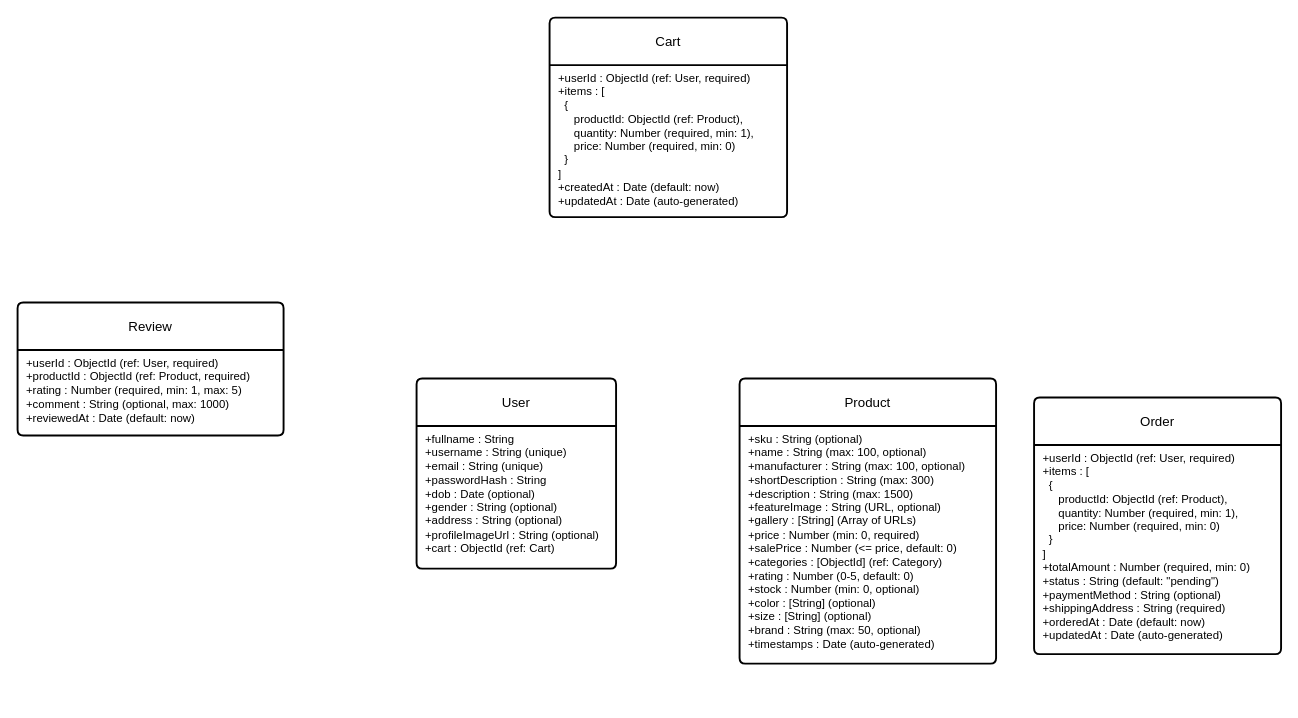
Above: Data Design.drawio in MuhammadHaris00/Diagrams (draw.io), before the change. Source tidied: cells renumbered, new cells numbered last; positions are measured from the earlier drawing's top-left corner, leaving out a move shared by most shapes. Both pictures are drawn from the tidied source at 95%, with x=0, y=0 at pixel (17, 17).
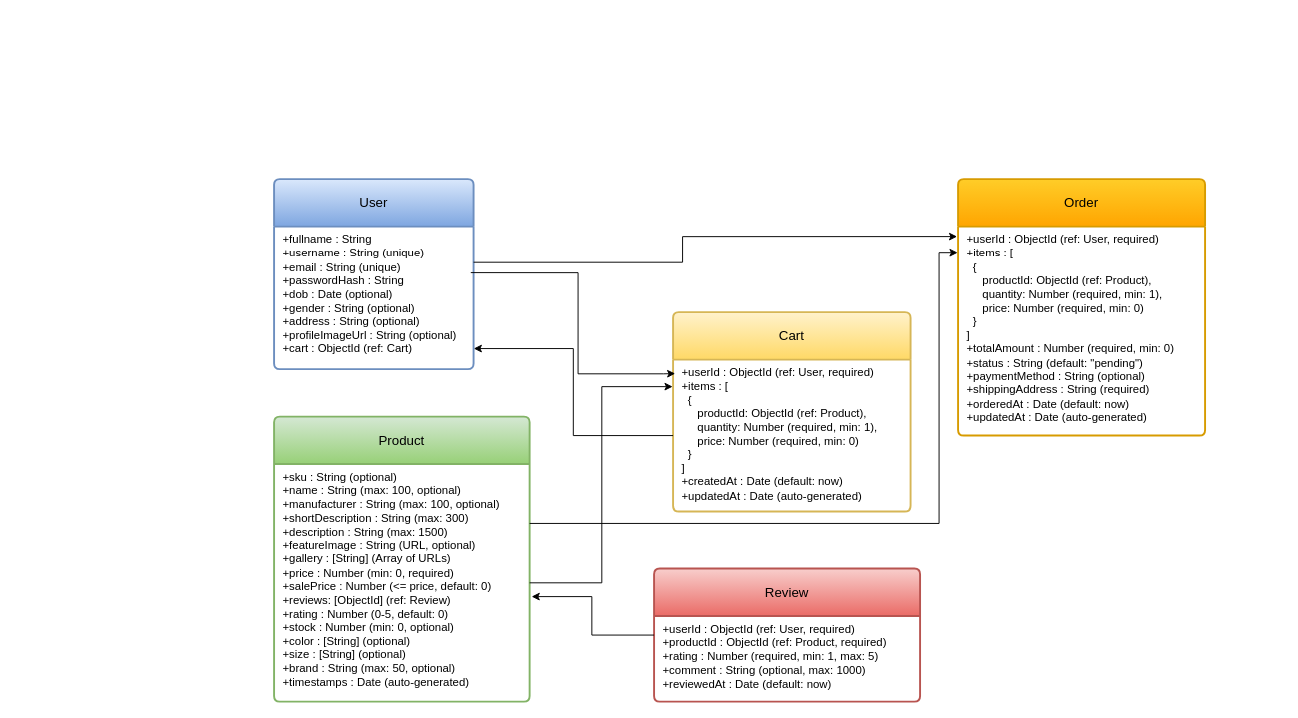
The same page after the edit.

Unchanged cells that the change refers to:
```xml
<mxCell id="3" value="&lt;div&gt;&amp;nbsp;+fullname : String&amp;nbsp; &amp;nbsp; &amp;nbsp; &amp;nbsp; &amp;nbsp; &amp;nbsp;&amp;nbsp;&lt;/div&gt;&lt;div&gt;&amp;nbsp;+username : String (unique)&amp;nbsp; &amp;nbsp;&lt;/div&gt;&lt;div&gt;&amp;nbsp;+email : String (unique)&amp;nbsp; &amp;nbsp; &amp;nbsp;&amp;nbsp;&lt;/div&gt;&lt;div&gt;&amp;nbsp;+passwordHash : String&amp;nbsp; &amp;nbsp; &amp;nbsp; &amp;nbsp;&amp;nbsp;&lt;/div&gt;&lt;div&gt;&amp;nbsp;+dob : Date (optional)&amp;nbsp; &amp;nbsp; &amp;nbsp; &amp;nbsp;&amp;nbsp;&lt;/div&gt;&lt;div&gt;&amp;nbsp;+gender : String (optional)&amp;nbsp; &amp;nbsp;&lt;/div&gt;&lt;div&gt;&amp;nbsp;+address : String (optional)&amp;nbsp;&amp;nbsp;&lt;/div&gt;&lt;div&gt;&amp;nbsp;+profileImageUrl : String (optional)&amp;nbsp;&lt;/div&gt;&lt;div&gt;&amp;nbsp;+cart : ObjectId (ref: Cart)&amp;nbsp;&lt;/div&gt;" style="align=left;strokeColor=none;fillColor=none;spacingLeft=4;spacingRight=4;fontSize=12;verticalAlign=top;html=1;whiteSpace=wrap;" parent="2" vertex="1">
  <mxGeometry y="50" width="210" height="150" as="geometry" />
</mxCell>
<mxCell id="11" value="&lt;div&gt;&amp;nbsp;+userId : ObjectId (ref: User, required)&amp;nbsp; &amp;nbsp; &amp;nbsp; &amp;nbsp; &amp;nbsp;&lt;/div&gt;&lt;div&gt;&amp;nbsp;+items : [&amp;nbsp; &amp;nbsp; &amp;nbsp; &amp;nbsp; &amp;nbsp; &amp;nbsp; &amp;nbsp; &amp;nbsp; &amp;nbsp; &amp;nbsp; &amp;nbsp; &amp;nbsp; &amp;nbsp; &amp;nbsp; &amp;nbsp; &amp;nbsp; &amp;nbsp; &amp;nbsp; &amp;nbsp; &amp;nbsp;&lt;/div&gt;&lt;div&gt;&amp;nbsp; &amp;nbsp;{&amp;nbsp; &amp;nbsp; &amp;nbsp; &amp;nbsp; &amp;nbsp; &amp;nbsp; &amp;nbsp; &amp;nbsp; &amp;nbsp; &amp;nbsp; &amp;nbsp; &amp;nbsp; &amp;nbsp; &amp;nbsp; &amp;nbsp; &amp;nbsp; &amp;nbsp; &amp;nbsp; &amp;nbsp; &amp;nbsp; &amp;nbsp; &amp;nbsp; &amp;nbsp;&lt;/div&gt;&lt;div&gt;&amp;nbsp; &amp;nbsp; &amp;nbsp; productId: ObjectId (ref: Product),&amp;nbsp; &amp;nbsp; &amp;nbsp; &amp;nbsp;&amp;nbsp;&lt;/div&gt;&lt;div&gt;&amp;nbsp; &amp;nbsp; &amp;nbsp; quantity: Number (required, min: 1),&amp;nbsp; &amp;nbsp; &amp;nbsp; &amp;nbsp;&lt;/div&gt;&lt;div&gt;&amp;nbsp; &amp;nbsp; &amp;nbsp; price: Number (required, min: 0)&amp;nbsp; &amp;nbsp; &amp;nbsp; &amp;nbsp; &amp;nbsp; &amp;nbsp;&lt;/div&gt;&lt;div&gt;&amp;nbsp; &amp;nbsp;}&amp;nbsp; &amp;nbsp; &amp;nbsp; &amp;nbsp; &amp;nbsp; &amp;nbsp; &amp;nbsp; &amp;nbsp; &amp;nbsp; &amp;nbsp; &amp;nbsp; &amp;nbsp; &amp;nbsp; &amp;nbsp; &amp;nbsp; &amp;nbsp; &amp;nbsp; &amp;nbsp; &amp;nbsp; &amp;nbsp; &amp;nbsp; &amp;nbsp; &amp;nbsp;&lt;/div&gt;&lt;div&gt;&amp;nbsp;]&amp;nbsp; &amp;nbsp; &amp;nbsp; &amp;nbsp; &amp;nbsp; &amp;nbsp; &amp;nbsp; &amp;nbsp; &amp;nbsp; &amp;nbsp; &amp;nbsp; &amp;nbsp; &amp;nbsp; &amp;nbsp; &amp;nbsp; &amp;nbsp; &amp;nbsp; &amp;nbsp; &amp;nbsp; &amp;nbsp; &amp;nbsp; &amp;nbsp; &amp;nbsp; &amp;nbsp;&lt;/div&gt;&lt;div&gt;&amp;nbsp;+createdAt : Date (default: now)&amp;nbsp; &amp;nbsp; &amp;nbsp; &amp;nbsp; &amp;nbsp; &amp;nbsp; &amp;nbsp; &amp;nbsp;&amp;nbsp;&lt;/div&gt;&lt;div&gt;&amp;nbsp;+updatedAt : Date (auto-generated)&amp;nbsp;&lt;/div&gt;" style="align=left;strokeColor=none;fillColor=none;spacingLeft=4;spacingRight=4;fontSize=12;verticalAlign=top;html=1;whiteSpace=wrap;" parent="10" vertex="1">
  <mxGeometry y="50" width="250" height="160" as="geometry" />
</mxCell>
```

The edit, as a diff of the source:
```diff
@@
-    <mxCell id="2" value="User" style="swimlane;horizontal=1;startSize=50;rounded=1;fontSize=14;fontStyle=0;strokeWidth=2;shadow=0;dashed=0;align=center;arcSize=4;whiteSpace=wrap;html=1;" parent="1" vertex="1">
-      <mxGeometry x="420" y="380" width="210" height="200" as="geometry" />
+    <mxCell id="2" value="User" style="swimlane;horizontal=1;startSize=50;rounded=1;fontSize=14;fontStyle=0;strokeWidth=2;shadow=0;dashed=0;align=center;arcSize=4;whiteSpace=wrap;html=1;fillColor=#dae8fc;gradientColor=#7ea6e0;strokeColor=#6c8ebf;" parent="1" vertex="1">
+      <mxGeometry x="270" y="170" width="210" height="200" as="geometry" />
     </mxCell>
@@
-    <mxCell id="4" value="Product" style="swimlane;horizontal=1;startSize=50;rounded=1;fontSize=14;fontStyle=0;strokeWidth=2;shadow=0;dashed=0;align=center;arcSize=4;whiteSpace=wrap;html=1;" parent="1" vertex="1">
-      <mxGeometry x="760" y="380" width="270" height="300" as="geometry" />
+    <mxCell id="4" value="Product" style="swimlane;horizontal=1;startSize=50;rounded=1;fontSize=14;fontStyle=0;strokeWidth=2;shadow=0;dashed=0;align=center;arcSize=4;whiteSpace=wrap;html=1;fillColor=#d5e8d4;gradientColor=#97d077;strokeColor=#82b366;" parent="1" vertex="1">
+      <mxGeometry x="270" y="420" width="269" height="300" as="geometry" />
     </mxCell>
-    <mxCell id="5" value="&lt;div&gt;&amp;nbsp;+sku : String (optional)&amp;nbsp; &amp;nbsp; &amp;nbsp; &amp;nbsp; &amp;nbsp; &amp;nbsp; &amp;nbsp; &amp;nbsp; &amp;nbsp; &amp;nbsp;&lt;/div&gt;&lt;div&gt;&amp;nbsp;+name : String (max: 100, optional)&amp;nbsp; &amp;nbsp; &amp;nbsp; &amp;nbsp;&amp;nbsp;&lt;/div&gt;&lt;div&gt;&amp;nbsp;+manufacturer : String (max: 100, optional)&lt;/div&gt;&lt;div&gt;&amp;nbsp;+shortDescription : String (max: 300)&amp;nbsp; &amp;nbsp; &amp;nbsp;&amp;nbsp;&lt;/div&gt;&lt;div&gt;&amp;nbsp;+description : String (max: 1500)&amp;nbsp; &amp;nbsp; &amp;nbsp; &amp;nbsp; &amp;nbsp;&amp;nbsp;&lt;/div&gt;&lt;div&gt;&amp;nbsp;+featureImage : String (URL, optional)&amp;nbsp; &amp;nbsp; &amp;nbsp;&lt;/div&gt;&lt;div&gt;&amp;nbsp;+gallery : [String] (Array of URLs)&amp;nbsp; &amp;nbsp; &amp;nbsp; &amp;nbsp;&amp;nbsp;&lt;/div&gt;&lt;div&gt;&amp;nbsp;+price : Number (min: 0, required)&amp;nbsp; &amp;nbsp; &amp;nbsp; &amp;nbsp; &amp;nbsp;&lt;/div&gt;&lt;div&gt;&amp;nbsp;+salePrice : Number (&amp;lt;= price, default: 0)&amp;nbsp;&lt;/div&gt;&lt;div&gt;&amp;nbsp;+categories : [ObjectId] (ref: Category)&amp;nbsp; &amp;nbsp;&lt;/div&gt;&lt;div&gt;&amp;nbsp;+rating : Number (0-5, default: 0)&amp;nbsp; &amp;nbsp; &amp;nbsp; &amp;nbsp; &amp;nbsp;&lt;/div&gt;&lt;div&gt;&amp;nbsp;+stock : Number (min: 0, optional)&amp;nbsp; &amp;nbsp; &amp;nbsp; &amp;nbsp; &amp;nbsp;&lt;/div&gt;&lt;div&gt;&amp;nbsp;+color : [String] (optional)&amp;nbsp; &amp;nbsp; &amp;nbsp; &amp;nbsp; &amp;nbsp; &amp;nbsp; &amp;nbsp; &amp;nbsp;&lt;/div&gt;&lt;div&gt;&amp;nbsp;+size : [String] (optional)&amp;nbsp; &amp;nbsp; &amp;nbsp; &amp;nbsp; &amp;nbsp; &amp;nbsp; &amp;nbsp; &amp;nbsp;&amp;nbsp;&lt;/div&gt;&lt;div&gt;&amp;nbsp;+brand : String (max: 50, optional)&amp;nbsp; &amp;nbsp; &amp;nbsp; &amp;nbsp;&amp;nbsp;&lt;/div&gt;&lt;div&gt;&amp;nbsp;+timestamps : Date (auto-generated)&amp;nbsp;&lt;/div&gt;" style="align=left;strokeColor=none;fillColor=none;spacingLeft=4;spacingRight=4;fontSize=12;verticalAlign=top;html=1;whiteSpace=wrap;" parent="4" vertex="1">
-      <mxGeometry y="50" width="270" height="250" as="geometry" />
+    <mxCell id="5" value="&lt;div&gt;&amp;nbsp;+sku : String (optional)&amp;nbsp; &amp;nbsp; &amp;nbsp; &amp;nbsp; &amp;nbsp; &amp;nbsp; &amp;nbsp; &amp;nbsp; &amp;nbsp; &amp;nbsp;&lt;/div&gt;&lt;div&gt;&amp;nbsp;+name : String (max: 100, optional)&amp;nbsp; &amp;nbsp; &amp;nbsp; &amp;nbsp;&amp;nbsp;&lt;/div&gt;&lt;div&gt;&amp;nbsp;+manufacturer : String (max: 100, optional)&lt;/div&gt;&lt;div&gt;&amp;nbsp;+shortDescription : String (max: 300)&amp;nbsp; &amp;nbsp; &amp;nbsp;&amp;nbsp;&lt;/div&gt;&lt;div&gt;&amp;nbsp;+description : String (max: 1500)&amp;nbsp; &amp;nbsp; &amp;nbsp; &amp;nbsp; &amp;nbsp;&amp;nbsp;&lt;/div&gt;&lt;div&gt;&amp;nbsp;+featureImage : String (URL, optional)&amp;nbsp; &amp;nbsp; &amp;nbsp;&lt;/div&gt;&lt;div&gt;&amp;nbsp;+gallery : [String] (Array of URLs)&amp;nbsp; &amp;nbsp; &amp;nbsp; &amp;nbsp;&amp;nbsp;&lt;/div&gt;&lt;div&gt;&amp;nbsp;+price : Number (min: 0, required)&amp;nbsp; &amp;nbsp; &amp;nbsp; &amp;nbsp; &amp;nbsp;&lt;/div&gt;&lt;div&gt;&amp;nbsp;+salePrice : Number (&amp;lt;= price, default: 0)&amp;nbsp;&lt;/div&gt;&lt;div&gt;&amp;nbsp;+reviews: [ObjectId] (ref: Review)&amp;nbsp; &amp;nbsp;&lt;/div&gt;&lt;div&gt;&amp;nbsp;+rating : Number (0-5, default: 0)&amp;nbsp; &amp;nbsp; &amp;nbsp; &amp;nbsp; &amp;nbsp;&lt;/div&gt;&lt;div&gt;&amp;nbsp;+stock : Number (min: 0, optional)&amp;nbsp; &amp;nbsp; &amp;nbsp; &amp;nbsp; &amp;nbsp;&lt;/div&gt;&lt;div&gt;&amp;nbsp;+color : [String] (optional)&amp;nbsp; &amp;nbsp; &amp;nbsp; &amp;nbsp; &amp;nbsp; &amp;nbsp; &amp;nbsp; &amp;nbsp;&lt;/div&gt;&lt;div&gt;&amp;nbsp;+size : [String] (optional)&amp;nbsp; &amp;nbsp; &amp;nbsp; &amp;nbsp; &amp;nbsp; &amp;nbsp; &amp;nbsp; &amp;nbsp;&amp;nbsp;&lt;/div&gt;&lt;div&gt;&amp;nbsp;+brand : String (max: 50, optional)&amp;nbsp; &amp;nbsp; &amp;nbsp; &amp;nbsp;&amp;nbsp;&lt;/div&gt;&lt;div&gt;&amp;nbsp;+timestamps : Date (auto-generated)&amp;nbsp;&lt;/div&gt;" style="align=left;strokeColor=none;fillColor=none;spacingLeft=4;spacingRight=4;fontSize=12;verticalAlign=top;html=1;whiteSpace=wrap;" parent="4" vertex="1">
+      <mxGeometry y="50" width="269" height="250" as="geometry" />
     </mxCell>
-    <mxCell id="6" value="Order" style="swimlane;horizontal=1;startSize=50;rounded=1;fontSize=14;fontStyle=0;strokeWidth=2;shadow=0;dashed=0;align=center;arcSize=4;whiteSpace=wrap;html=1;" parent="1" vertex="1">
-      <mxGeometry x="1070" y="400" width="260" height="270" as="geometry" />
+    <mxCell id="6" value="Order" style="swimlane;horizontal=1;startSize=50;rounded=1;fontSize=14;fontStyle=0;strokeWidth=2;shadow=0;dashed=0;align=center;arcSize=4;whiteSpace=wrap;html=1;fillColor=#ffcd28;gradientColor=#ffa500;strokeColor=#d79b00;" parent="1" vertex="1">
+      <mxGeometry x="990" y="170" width="260" height="270" as="geometry" />
     </mxCell>
-    <mxCell id="7" value="&lt;div&gt;&amp;nbsp;+userId : ObjectId (ref: User, required)&amp;nbsp; &amp;nbsp; &amp;nbsp; &amp;nbsp; &amp;nbsp;&lt;/div&gt;&lt;div&gt;&amp;nbsp;+items : [&amp;nbsp; &amp;nbsp; &amp;nbsp; &amp;nbsp; &amp;nbsp; &amp;nbsp; &amp;nbsp; &amp;nbsp; &amp;nbsp; &amp;nbsp; &amp;nbsp; &amp;nbsp; &amp;nbsp; &amp;nbsp; &amp;nbsp; &amp;nbsp; &amp;nbsp; &amp;nbsp; &amp;nbsp; &amp;nbsp;&lt;/div&gt;&lt;div&gt;&amp;nbsp; &amp;nbsp;{&amp;nbsp; &amp;nbsp; &amp;nbsp; &amp;nbsp; &amp;nbsp; &amp;nbsp; &amp;nbsp; &amp;nbsp; &amp;nbsp; &amp;nbsp; &amp;nbsp; &amp;nbsp; &amp;nbsp; &amp;nbsp; &amp;nbsp; &amp;nbsp; &amp;nbsp; &amp;nbsp; &amp;nbsp; &amp;nbsp; &amp;nbsp; &amp;nbsp; &amp;nbsp;&lt;/div&gt;&lt;div&gt;&amp;nbsp; &amp;nbsp; &amp;nbsp; productId: ObjectId (ref: Product),&amp;nbsp; &amp;nbsp; &amp;nbsp; &amp;nbsp;&amp;nbsp;&lt;/div&gt;&lt;div&gt;&amp;nbsp; &amp;nbsp; &amp;nbsp; quantity: Number (required, min: 1),&amp;nbsp; &amp;nbsp; &amp;nbsp; &amp;nbsp;&lt;/div&gt;&lt;div&gt;&amp;nbsp; &amp;nbsp; &amp;nbsp; price: Number (required, min: 0)&amp;nbsp; &amp;nbsp; &amp;nbsp; &amp;nbsp; &amp;nbsp; &amp;nbsp;&lt;/div&gt;&lt;div&gt;&amp;nbsp; &amp;nbsp;}&amp;nbsp; &amp;nbsp; &amp;nbsp; &amp;nbsp; &amp;nbsp; &amp;nbsp; &amp;nbsp; &amp;nbsp; &amp;nbsp; &amp;nbsp; &amp;nbsp; &amp;nbsp; &amp;nbsp; &amp;nbsp; &amp;nbsp; &amp;nbsp; &amp;nbsp; &amp;nbsp; &amp;nbsp; &amp;nbsp; &amp;nbsp; &amp;nbsp; &amp;nbsp;&lt;/div&gt;&lt;div&gt;&amp;nbsp;]&amp;nbsp; &amp;nbsp; &amp;nbsp; &amp;nbsp; &amp;nbsp; &amp;nbsp; &amp;nbsp; &amp;nbsp; &amp;nbsp; &amp;nbsp; &amp;nbsp; &amp;nbsp; &amp;nbsp; &amp;nbsp; &amp;nbsp; &amp;nbsp; &amp;nbsp; &amp;nbsp; &amp;nbsp; &amp;nbsp; &amp;nbsp; &amp;nbsp; &amp;nbsp; &amp;nbsp;&lt;/div&gt;&lt;div&gt;&amp;nbsp;+totalAmount : Number (required, min: 0)&amp;nbsp; &amp;nbsp; &amp;nbsp; &amp;nbsp;&amp;nbsp;&lt;/div&gt;&lt;div&gt;&amp;nbsp;+status : String (default: &quot;pending&quot;)&amp;nbsp; &amp;nbsp; &amp;nbsp; &amp;nbsp; &amp;nbsp; &amp;nbsp;&lt;/div&gt;&lt;div&gt;&amp;nbsp;+paymentMethod : String (optional)&amp;nbsp; &amp;nbsp; &amp;nbsp; &amp;nbsp; &amp;nbsp; &amp;nbsp; &amp;nbsp;&amp;nbsp;&lt;/div&gt;&lt;div&gt;&amp;nbsp;+shippingAddress : String (required)&amp;nbsp; &amp;nbsp; &amp;nbsp; &amp;nbsp; &amp;nbsp; &amp;nbsp;&amp;nbsp;&lt;/div&gt;&lt;div&gt;&amp;nbsp;+orderedAt : Date (default: now)&amp;nbsp; &amp;nbsp; &amp;nbsp; &amp;nbsp; &amp;nbsp; &amp;nbsp; &amp;nbsp; &amp;nbsp;&amp;nbsp;&lt;/div&gt;&lt;div&gt;&amp;nbsp;+updatedAt : Date (auto-generated)&amp;nbsp;&lt;/div&gt;" style="align=left;strokeColor=none;fillColor=none;spacingLeft=4;spacingRight=4;fontSize=12;verticalAlign=top;html=1;whiteSpace=wrap;" parent="6" vertex="1">
+    <mxCell id="7" value="&lt;div&gt;&amp;nbsp;+userId : ObjectId (ref: User, required)&amp;nbsp; &amp;nbsp; &amp;nbsp; &amp;nbsp; &amp;nbsp;&lt;/div&gt;&lt;div&gt;&amp;nbsp;&lt;span style=&quot;background-color: transparent;&quot;&gt;+items : [&amp;nbsp; &amp;nbsp; &amp;nbsp; &amp;nbsp; &amp;nbsp; &amp;nbsp; &amp;nbsp; &amp;nbsp; &amp;nbsp; &amp;nbsp; &amp;nbsp; &amp;nbsp; &amp;nbsp; &amp;nbsp; &amp;nbsp; &amp;nbsp; &amp;nbsp; &amp;nbsp; &amp;nbsp; &amp;nbsp;&lt;/span&gt;&lt;/div&gt;&lt;div&gt;&amp;nbsp; &amp;nbsp;{&amp;nbsp; &amp;nbsp; &amp;nbsp; &amp;nbsp; &amp;nbsp; &amp;nbsp; &amp;nbsp; &amp;nbsp; &amp;nbsp; &amp;nbsp; &amp;nbsp; &amp;nbsp; &amp;nbsp; &amp;nbsp; &amp;nbsp; &amp;nbsp; &amp;nbsp; &amp;nbsp; &amp;nbsp; &amp;nbsp; &amp;nbsp; &amp;nbsp; &amp;nbsp;&lt;/div&gt;&lt;div&gt;&amp;nbsp; &amp;nbsp; &amp;nbsp; productId: ObjectId (ref: Product),&amp;nbsp; &amp;nbsp; &amp;nbsp; &amp;nbsp;&amp;nbsp;&lt;/div&gt;&lt;div&gt;&amp;nbsp; &amp;nbsp; &amp;nbsp; quantity: Number (required, min: 1),&amp;nbsp; &amp;nbsp; &amp;nbsp; &amp;nbsp;&lt;/div&gt;&lt;div&gt;&amp;nbsp; &amp;nbsp; &amp;nbsp; price: Number (required, min: 0)&amp;nbsp; &amp;nbsp; &amp;nbsp; &amp;nbsp; &amp;nbsp; &amp;nbsp;&lt;/div&gt;&lt;div&gt;&amp;nbsp; &amp;nbsp;}&amp;nbsp; &amp;nbsp; &amp;nbsp; &amp;nbsp; &amp;nbsp; &amp;nbsp; &amp;nbsp; &amp;nbsp; &amp;nbsp; &amp;nbsp; &amp;nbsp; &amp;nbsp; &amp;nbsp; &amp;nbsp; &amp;nbsp; &amp;nbsp; &amp;nbsp; &amp;nbsp; &amp;nbsp; &amp;nbsp; &amp;nbsp; &amp;nbsp; &amp;nbsp;&lt;/div&gt;&lt;div&gt;&amp;nbsp;]&amp;nbsp;&lt;/div&gt;&lt;div&gt;&amp;nbsp;+totalAmount : Number (required, min: 0)&amp;nbsp; &amp;nbsp; &amp;nbsp; &amp;nbsp;&amp;nbsp;&lt;/div&gt;&lt;div&gt;&amp;nbsp;+status : String (default: &quot;pending&quot;)&amp;nbsp; &amp;nbsp; &amp;nbsp; &amp;nbsp; &amp;nbsp; &amp;nbsp;&lt;/div&gt;&lt;div&gt;&amp;nbsp;+paymentMethod : String (optional)&amp;nbsp; &amp;nbsp; &amp;nbsp; &amp;nbsp; &amp;nbsp; &amp;nbsp; &amp;nbsp;&amp;nbsp;&lt;/div&gt;&lt;div&gt;&amp;nbsp;+shippingAddress : String (required)&amp;nbsp; &amp;nbsp; &amp;nbsp; &amp;nbsp; &amp;nbsp; &amp;nbsp;&amp;nbsp;&lt;/div&gt;&lt;div&gt;&amp;nbsp;+orderedAt : Date (default: now)&amp;nbsp; &amp;nbsp; &amp;nbsp; &amp;nbsp; &amp;nbsp; &amp;nbsp; &amp;nbsp; &amp;nbsp;&amp;nbsp;&lt;/div&gt;&lt;div&gt;&amp;nbsp;+updatedAt : Date (auto-generated)&amp;nbsp;&lt;/div&gt;" style="align=left;strokeColor=none;fillColor=none;spacingLeft=4;spacingRight=4;fontSize=12;verticalAlign=top;html=1;whiteSpace=wrap;" parent="6" vertex="1">
       <mxGeometry y="50" width="260" height="220" as="geometry" />
     </mxCell>
-    <mxCell id="8" value="Review" style="swimlane;horizontal=1;startSize=50;rounded=1;fontSize=14;fontStyle=0;strokeWidth=2;shadow=0;dashed=0;align=center;arcSize=4;whiteSpace=wrap;html=1;" parent="1" vertex="1">
-      <mxGeometry y="300" width="280" height="140" as="geometry" />
+    <mxCell id="8" value="Review" style="swimlane;horizontal=1;startSize=50;rounded=1;fontSize=14;fontStyle=0;strokeWidth=2;shadow=0;dashed=0;align=center;arcSize=4;whiteSpace=wrap;html=1;fillColor=#f8cecc;gradientColor=#ea6b66;strokeColor=#b85450;" parent="1" vertex="1">
+      <mxGeometry x="670" y="580" width="280" height="140" as="geometry" />
     </mxCell>
@@
-    <mxCell id="10" value="Cart" style="swimlane;horizontal=1;startSize=50;rounded=1;fontSize=14;fontStyle=0;strokeWidth=2;shadow=0;dashed=0;align=center;arcSize=4;whiteSpace=wrap;html=1;" parent="1" vertex="1">
-      <mxGeometry x="560" width="250" height="210" as="geometry" />
+    <mxCell id="10" value="Cart" style="swimlane;horizontal=1;startSize=50;rounded=1;fontSize=14;fontStyle=0;strokeWidth=2;shadow=0;dashed=0;align=center;arcSize=4;whiteSpace=wrap;html=1;fillColor=#fff2cc;gradientColor=#ffd966;strokeColor=#d6b656;" parent="1" vertex="1">
+      <mxGeometry x="690" y="310" width="250" height="210" as="geometry" />
     </mxCell>
@@
+    <mxCell id="12" style="edgeStyle=orthogonalEdgeStyle;rounded=0;jettySize=auto;html=1;exitX=0.986;exitY=0.323;exitDx=0;exitDy=0;entryX=0.009;entryY=0.092;entryDx=0;entryDy=0;entryPerimeter=0;exitPerimeter=0;" parent="1" edge="1" source="3" target="11">
+      <mxGeometry relative="1" as="geometry">
+        <Array as="points">
+          <mxPoint x="590" y="268" />
+          <mxPoint x="590" y="375" />
+          <mxPoint x="680" y="375" />
+        </Array>
+      </mxGeometry>
+    </mxCell>
+    <mxCell id="13" style="edgeStyle=orthogonalEdgeStyle;rounded=0;jettySize=auto;html=1;exitX=1;exitY=0.5;exitDx=0;exitDy=0;entryX=-0.002;entryY=0.178;entryDx=0;entryDy=0;entryPerimeter=0;" parent="1" edge="1" source="5" target="11">
+      <mxGeometry relative="1" as="geometry">
+        <Array as="points">
+          <mxPoint x="615" y="595" />
+          <mxPoint x="615" y="388" />
+          <mxPoint x="690" y="388" />
+        </Array>
+      </mxGeometry>
+    </mxCell>
+    <mxCell id="14" style="edgeStyle=orthogonalEdgeStyle;rounded=0;jettySize=auto;html=1;exitX=1;exitY=0.25;exitDx=0;exitDy=0;entryX=-0.004;entryY=0.048;entryDx=0;entryDy=0;entryPerimeter=0;" parent="1" edge="1" source="3" target="7">
+      <mxGeometry relative="1" as="geometry">
+        <Array as="points">
+          <mxPoint x="700" y="258" />
+          <mxPoint x="700" y="231" />
+        </Array>
+      </mxGeometry>
+    </mxCell>
+    <mxCell id="15" style="edgeStyle=orthogonalEdgeStyle;rounded=0;jettySize=auto;html=1;entryX=1.008;entryY=0.558;entryDx=0;entryDy=0;entryPerimeter=0;" parent="1" edge="1" source="8" target="5">
+      <mxGeometry relative="1" as="geometry" />
+    </mxCell>
+    <mxCell id="16" style="edgeStyle=orthogonalEdgeStyle;rounded=0;jettySize=auto;html=1;entryX=1.001;entryY=0.856;entryDx=0;entryDy=0;entryPerimeter=0;exitX=0;exitY=0.5;exitDx=0;exitDy=0;" parent="1" edge="1" source="11" target="3">
+      <mxGeometry relative="1" as="geometry" />
+    </mxCell>
+    <mxCell id="17" style="edgeStyle=orthogonalEdgeStyle;rounded=0;jettySize=auto;html=1;exitX=1;exitY=0.25;exitDx=0;exitDy=0;entryX=-0.002;entryY=0.125;entryDx=0;entryDy=0;entryPerimeter=0;" parent="1" edge="1" source="5" target="7">
+      <mxGeometry relative="1" as="geometry">
+        <Array as="points">
+          <mxPoint x="970" y="532" />
+          <mxPoint x="970" y="248" />
+        </Array>
+      </mxGeometry>
+    </mxCell>
```
